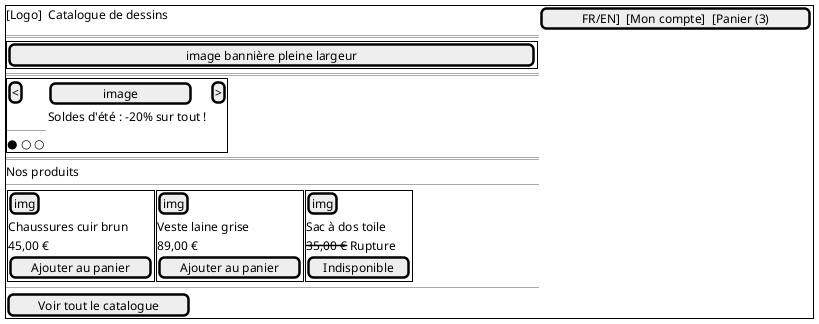
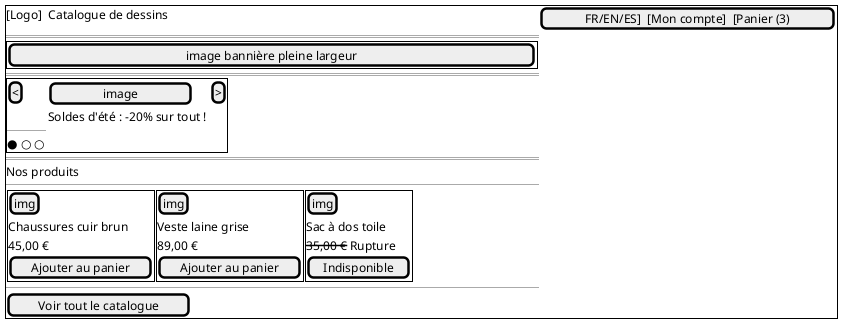
@startuml ihm-pa-accueil
' Composant PA : Portail Acheteur
' Fonctions allouées : FS-V11 (carrousel annonces), FS-V16 (bannière hero configurable)
salt
{+
  ' ── Header ──────────────────────────────────────────
-   [Logo]  Catalogue de dessins  |  [FR/EN]  [Mon compte]  [Panier (3)]
+   [Logo]  Catalogue de dessins  |  [FR/EN/ES]  [Mon compte]  [Panier (3)]
  ==
  ' ── Bannière hero (image configurable, FS-V16) ──────
  {+
    [                  image bannière pleine largeur                  ]
  }
  ==
  ' ── Carrousel d'annonces (FS-V11) ───────────────────
  {+
    [<]  |  {
             [      image      ]
             Soldes d'été : -20% sur tout !
           }  |  [>]
    --
    ● ○ ○
  }
  ==
  ' ── Extraits catalogue ───────────────────────────────
  Nos produits
  --
  {
    {+
      [img]
      Chaussures cuir brun
      45,00 €
      [Ajouter au panier]
    }  |
    {+
      [img]
      Veste laine grise
      89,00 €
      [Ajouter au panier]
    }  |
    {+
      [img]
      Sac à dos toile
      <s>35,00 €</s> Rupture
      [Indisponible]
    }
  }
  --
  [Voir tout le catalogue]
}
@enduml
